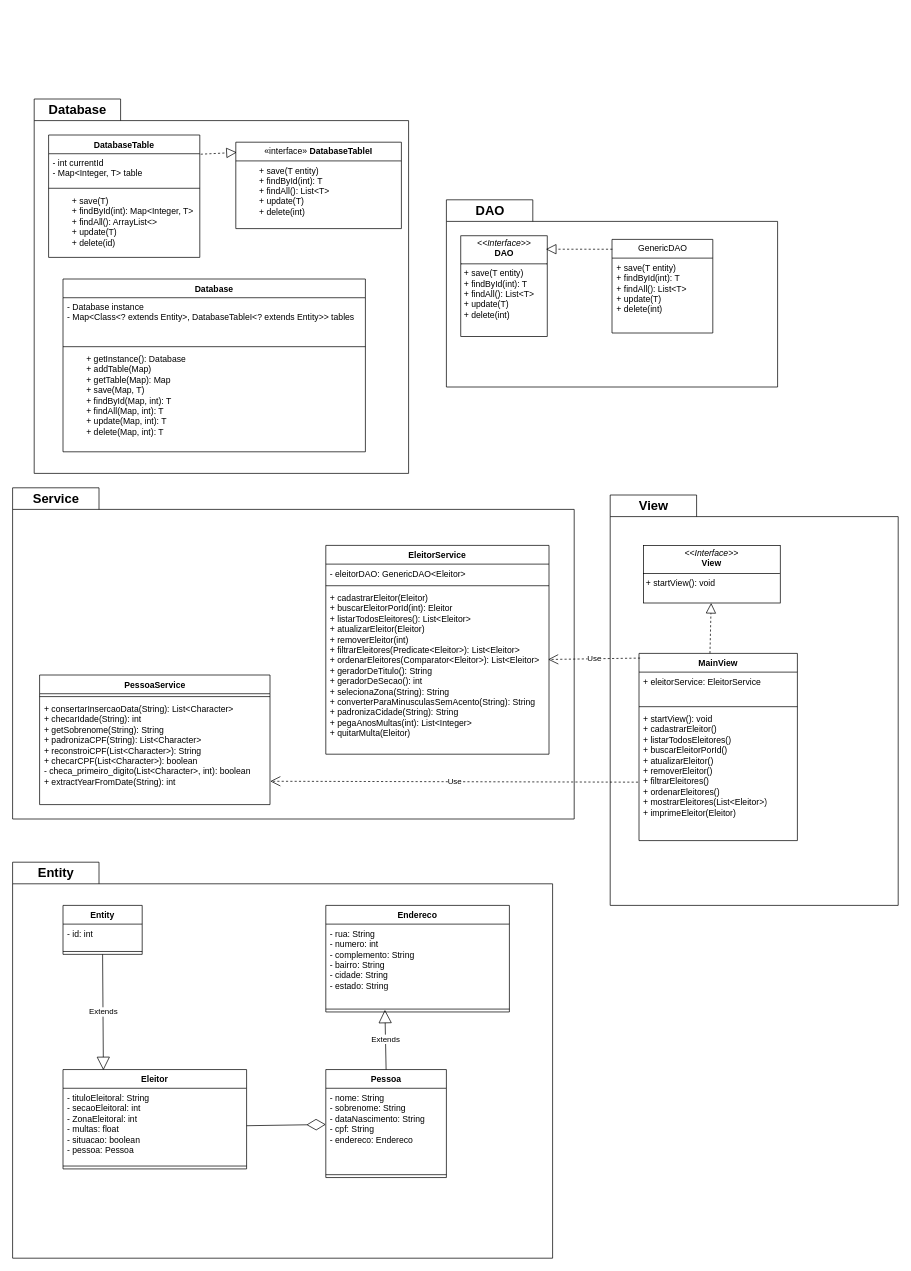
This is Diagrama sem nome.drawio from fseabra93/proj_final_LP2, a draw.io file, before an edit. Source tidied: cells renumbered, new cells numbered last; positions are measured from the earlier drawing's top-left corner, leaving out a move shared by most shapes. Both pictures are drawn from the tidied source at 72%, with x=0, y=0 at pixel (12, 99).
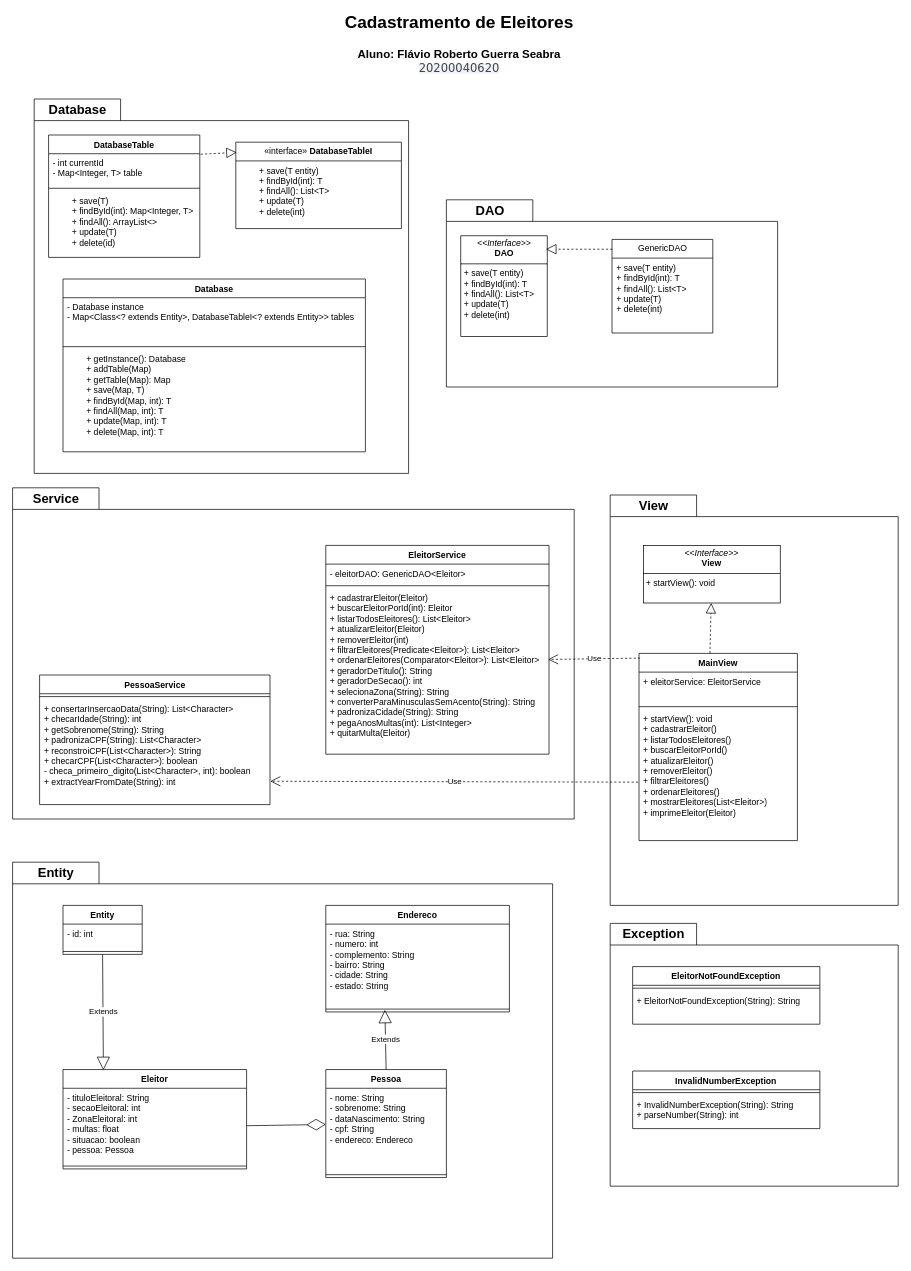
Above is the later version.

Diff of the diagram source:
```diff
@@
+    <mxCell id="58" value="&lt;font style=&quot;font-size: 24px;&quot;&gt;Cadastramento de Eleitores&lt;/font&gt;&lt;div&gt;&lt;font size=&quot;3&quot;&gt;&lt;br&gt;&lt;/font&gt;&lt;/div&gt;&lt;div&gt;&lt;font size=&quot;3&quot;&gt;Aluno: Flávio Roberto Guerra Seabra&lt;/font&gt;&lt;/div&gt;&lt;div&gt;&lt;span style=&quot;color: rgb(68, 68, 68); font-family: Verdana, sans-serif; font-weight: 400; text-align: left; text-wrap: wrap; background-color: rgb(239, 243, 250);&quot;&gt;&lt;font size=&quot;3&quot;&gt;20200040620&lt;/font&gt;&lt;/span&gt;&lt;br&gt;&lt;/div&gt;" style="text;align=center;fontStyle=1;verticalAlign=middle;spacingLeft=3;spacingRight=3;strokeColor=none;html=1;" parent="1" vertex="1">
+      <mxGeometry x="580" y="-90" width="80" height="26" as="geometry" />
+    </mxCell>
+    <mxCell id="59" style="shape=folder;fontStyle=1;spacingTop=10;tabWidth=120;tabHeight=30;tabPosition=left;html=1;whiteSpace=wrap;" parent="1" vertex="1">
+      <mxGeometry x="830" y="1145" width="400" height="365" as="geometry" />
+    </mxCell>
+    <mxCell id="60" value="Exception" style="text;align=center;fontStyle=1;verticalAlign=middle;spacingLeft=3;spacingRight=3;strokeColor=none;html=1;fontSize=18;" parent="1" vertex="1">
+      <mxGeometry x="830" y="1145" width="120" height="30" as="geometry" />
+    </mxCell>
+    <mxCell id="61" value="EleitorNotFoundException" style="swimlane;fontStyle=1;align=center;verticalAlign=top;horizontal=1;startSize=26;whiteSpace=wrap;html=1;" parent="1" vertex="1">
+      <mxGeometry x="861.2" y="1205" width="260" height="80" as="geometry" />
+    </mxCell>
+    <mxCell id="62" style="line;strokeWidth=1;fillColor=none;align=left;verticalAlign=middle;spacingTop=-1;spacingLeft=3;spacingRight=3;labelPosition=right;strokeColor=inherit;" parent="61" vertex="1">
+      <mxGeometry y="26" width="260" height="8" as="geometry" />
+    </mxCell>
+    <mxCell id="63" value="+ EleitorNotFoundException(String): String" style="text;strokeColor=none;fillColor=none;align=left;verticalAlign=top;spacingLeft=4;spacingRight=4;overflow=hidden;whiteSpace=wrap;html=1;" parent="61" vertex="1">
+      <mxGeometry y="34" width="260" height="46" as="geometry" />
+    </mxCell>
+    <mxCell id="64" value="InvalidNumberException" style="swimlane;fontStyle=1;align=center;verticalAlign=top;horizontal=1;startSize=26;whiteSpace=wrap;html=1;" parent="1" vertex="1">
+      <mxGeometry x="861.2" y="1350" width="260" height="80" as="geometry" />
+    </mxCell>
+    <mxCell id="65" style="line;strokeWidth=1;fillColor=none;align=left;verticalAlign=middle;spacingTop=-1;spacingLeft=3;spacingRight=3;labelPosition=right;strokeColor=inherit;" parent="64" vertex="1">
+      <mxGeometry y="26" width="260" height="8" as="geometry" />
+    </mxCell>
+    <mxCell id="66" value="+ InvalidNumberException(String): String&lt;div&gt;+&amp;nbsp;parseNumber(String): int&lt;/div&gt;" style="text;strokeColor=none;fillColor=none;align=left;verticalAlign=top;spacingLeft=4;spacingRight=4;overflow=hidden;whiteSpace=wrap;html=1;" parent="64" vertex="1">
+      <mxGeometry y="34" width="260" height="46" as="geometry" />
+    </mxCell>
```
